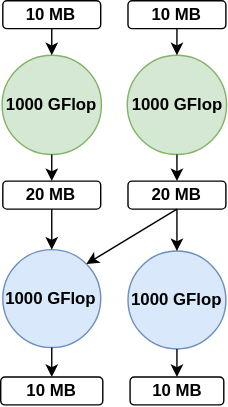
This is web/public/img/workflows/workflow_data_locality_question.svg from wrench-project/eduwrench, a draw.io export, as it was before one commit. Source tidied: cells renumbered, new cells last; positions are measured from the earlier drawing's top-left corner, leaving out a move shared by most shapes. The source it was exported from:
```xml
<mxGraphModel>
  <root>
    <mxCell id="0" />
    <mxCell id="1" parent="0" />
    <mxCell id="2" value="&lt;div&gt;10 MB&lt;/div&gt;" style="rounded=1;whiteSpace=wrap;html=1;fontStyle=1;" parent="1" vertex="1">
      <mxGeometry x="92.5" y="269" width="67" height="20" as="geometry" />
    </mxCell>
    <mxCell id="3" value="&lt;div&gt;&lt;br&gt;&lt;/div&gt;&lt;div&gt;1000 GFlop &lt;br&gt;&lt;/div&gt;&lt;div&gt;&lt;br&gt;&lt;/div&gt;" style="ellipse;whiteSpace=wrap;html=1;fillColor=#dae8fc;strokeColor=#6c8ebf;fontStyle=1;" parent="1" vertex="1">
      <mxGeometry x="91" y="179" width="70" height="70" as="geometry" />
    </mxCell>
    <mxCell id="4" value="&lt;div&gt;&lt;br&gt;&lt;/div&gt;&lt;div&gt;1000 GFlop &lt;br&gt;&lt;/div&gt;&lt;div&gt;&lt;br&gt;&lt;/div&gt;" style="ellipse;whiteSpace=wrap;html=1;fillColor=#d5e8d4;strokeColor=#82b366;fontStyle=1;" parent="1" vertex="1">
      <mxGeometry x="90.5" y="39" width="71" height="71" as="geometry" />
    </mxCell>
    <mxCell id="5" value="&lt;div&gt;20 MB&lt;/div&gt;" style="rounded=1;whiteSpace=wrap;html=1;fontStyle=1;" parent="1" vertex="1">
      <mxGeometry x="91" y="129" width="70" height="20" as="geometry" />
    </mxCell>
    <mxCell id="6" value="&lt;div&gt;&lt;br&gt;&lt;/div&gt;&lt;div&gt;1000 GFlop &lt;br&gt;&lt;/div&gt;&lt;div&gt;&lt;br&gt;&lt;/div&gt;" style="ellipse;whiteSpace=wrap;html=1;fillColor=#d5e8d4;strokeColor=#82b366;fontStyle=1;" parent="1" vertex="1">
      <mxGeometry x="1" y="39" width="71" height="71" as="geometry" />
    </mxCell>
    <mxCell id="7" value="&lt;div&gt;20 MB&lt;/div&gt;" style="rounded=1;whiteSpace=wrap;html=1;fontStyle=1;" parent="1" vertex="1">
      <mxGeometry x="1.5" y="129" width="70" height="20" as="geometry" />
    </mxCell>
    <mxCell id="8" style="endArrow=classic;html=1;exitX=0.5;exitY=1;entryX=0.5;entryY=0;entryDx=0;entryDy=0;" parent="1" edge="1" source="3" target="2">
      <mxGeometry relative="1" as="geometry" />
    </mxCell>
    <mxCell id="9" value="10 MB" style="rounded=1;whiteSpace=wrap;html=1;fontStyle=1;" parent="1" vertex="1">
      <mxGeometry x="91" width="70" height="20" as="geometry" />
    </mxCell>
    <mxCell id="10" style="rounded=0;html=1;jettySize=auto;exitX=0.5;exitY=1;exitDx=0;exitDy=0;entryX=0.5;entryY=0;entryDx=0;entryDy=0;" parent="1" edge="1" source="9" target="4">
      <mxGeometry relative="1" as="geometry" />
    </mxCell>
    <mxCell id="11" value="&lt;div&gt;&lt;b&gt;1000 GFlop&lt;/b&gt;&lt;/div&gt;" style="ellipse;whiteSpace=wrap;html=1;fillColor=#dae8fc;strokeColor=#6c8ebf;" parent="1" vertex="1">
      <mxGeometry x="1.5" y="178" width="70" height="70" as="geometry" />
    </mxCell>
    <mxCell id="12" value="&lt;div&gt;10 MB&lt;/div&gt;" style="rounded=1;whiteSpace=wrap;html=1;fontStyle=1;" parent="1" vertex="1">
      <mxGeometry y="269" width="73" height="20" as="geometry" />
    </mxCell>
    <mxCell id="13" style="rounded=0;html=1;jettySize=auto;exitX=0.5;exitY=1;exitDx=0;exitDy=0;entryX=0.5;entryY=0;entryDx=0;entryDy=0;" parent="1" edge="1" source="11" target="12">
      <mxGeometry relative="1" as="geometry" />
    </mxCell>
    <mxCell id="14" style="rounded=0;html=1;jettySize=auto;exitX=0.5;exitY=1;exitDx=0;exitDy=0;entryX=0.5;entryY=0;entryDx=0;entryDy=0;" parent="1" edge="1" source="19" target="6">
      <mxGeometry relative="1" as="geometry" />
    </mxCell>
    <mxCell id="15" style="rounded=0;html=1;jettySize=auto;exitX=0.5;exitY=1;exitDx=0;exitDy=0;entryX=1;entryY=0;entryDx=0;entryDy=0;" parent="1" edge="1" source="5" target="11">
      <mxGeometry relative="1" as="geometry" />
    </mxCell>
    <mxCell id="16" style="rounded=0;html=1;jettySize=auto;entryX=0.5;entryY=0;entryDx=0;entryDy=0;exitX=0.5;exitY=1;exitDx=0;exitDy=0;" parent="1" edge="1" source="7" target="11">
      <mxGeometry relative="1" as="geometry" />
    </mxCell>
    <mxCell id="17" style="endArrow=classic;html=1;exitX=0.5;exitY=1;entryX=0.5;entryY=0;entryDx=0;entryDy=0;" parent="1" edge="1" source="6" target="7">
      <mxGeometry relative="1" as="geometry" />
    </mxCell>
    <mxCell id="18" style="endArrow=classic;html=1;exitX=0.5;exitY=1;entryX=0.5;entryY=0;entryDx=0;entryDy=0;" parent="1" edge="1" source="4" target="5">
      <mxGeometry relative="1" as="geometry" />
    </mxCell>
    <mxCell id="19" value="10 MB" style="rounded=1;whiteSpace=wrap;html=1;fontStyle=1;" parent="1" vertex="1">
      <mxGeometry x="1.5" width="70" height="20" as="geometry" />
    </mxCell>
    <mxCell id="20" style="rounded=0;html=1;jettySize=auto;exitX=0.5;exitY=1;exitDx=0;exitDy=0;entryX=0.5;entryY=0;entryDx=0;entryDy=0;" parent="1" edge="1" source="5" target="3">
      <mxGeometry relative="1" as="geometry" />
    </mxCell>
  </root>
</mxGraphModel>
```
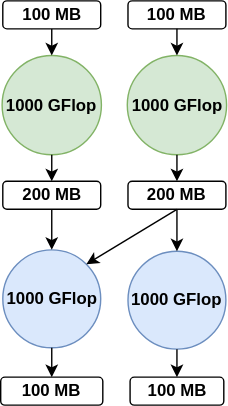
Later version of the same file.

Commit message:
Done with draft of "Data Locality" tab in Workflows

Diff of the diagram source:
```diff
@@ -2,7 +2,7 @@
   <root>
     <mxCell id="0" />
     <mxCell id="1" parent="0" />
-    <mxCell id="2" value="&lt;div&gt;10 MB&lt;/div&gt;" style="rounded=1;whiteSpace=wrap;html=1;fontStyle=1;" parent="1" vertex="1">
+    <mxCell id="2" value="&lt;div&gt;100 MB&lt;/div&gt;" style="rounded=1;whiteSpace=wrap;html=1;fontStyle=1;" parent="1" vertex="1">
       <mxGeometry x="92.5" y="269" width="67" height="20" as="geometry" />
     </mxCell>
     <mxCell id="3" value="&lt;div&gt;&lt;br&gt;&lt;/div&gt;&lt;div&gt;1000 GFlop &lt;br&gt;&lt;/div&gt;&lt;div&gt;&lt;br&gt;&lt;/div&gt;" style="ellipse;whiteSpace=wrap;html=1;fillColor=#dae8fc;strokeColor=#6c8ebf;fontStyle=1;" parent="1" vertex="1">
@@ -11,19 +11,19 @@
     <mxCell id="4" value="&lt;div&gt;&lt;br&gt;&lt;/div&gt;&lt;div&gt;1000 GFlop &lt;br&gt;&lt;/div&gt;&lt;div&gt;&lt;br&gt;&lt;/div&gt;" style="ellipse;whiteSpace=wrap;html=1;fillColor=#d5e8d4;strokeColor=#82b366;fontStyle=1;" parent="1" vertex="1">
       <mxGeometry x="90.5" y="39" width="71" height="71" as="geometry" />
     </mxCell>
-    <mxCell id="5" value="&lt;div&gt;20 MB&lt;/div&gt;" style="rounded=1;whiteSpace=wrap;html=1;fontStyle=1;" parent="1" vertex="1">
+    <mxCell id="5" value="&lt;div&gt;200 MB&lt;/div&gt;" style="rounded=1;whiteSpace=wrap;html=1;fontStyle=1;" parent="1" vertex="1">
       <mxGeometry x="91" y="129" width="70" height="20" as="geometry" />
     </mxCell>
     <mxCell id="6" value="&lt;div&gt;&lt;br&gt;&lt;/div&gt;&lt;div&gt;1000 GFlop &lt;br&gt;&lt;/div&gt;&lt;div&gt;&lt;br&gt;&lt;/div&gt;" style="ellipse;whiteSpace=wrap;html=1;fillColor=#d5e8d4;strokeColor=#82b366;fontStyle=1;" parent="1" vertex="1">
       <mxGeometry x="1" y="39" width="71" height="71" as="geometry" />
     </mxCell>
-    <mxCell id="7" value="&lt;div&gt;20 MB&lt;/div&gt;" style="rounded=1;whiteSpace=wrap;html=1;fontStyle=1;" parent="1" vertex="1">
+    <mxCell id="7" value="&lt;div&gt;200 MB&lt;/div&gt;" style="rounded=1;whiteSpace=wrap;html=1;fontStyle=1;" parent="1" vertex="1">
       <mxGeometry x="1.5" y="129" width="70" height="20" as="geometry" />
     </mxCell>
     <mxCell id="8" style="endArrow=classic;html=1;exitX=0.5;exitY=1;entryX=0.5;entryY=0;entryDx=0;entryDy=0;" parent="1" edge="1" source="3" target="2">
       <mxGeometry relative="1" as="geometry" />
     </mxCell>
-    <mxCell id="9" value="10 MB" style="rounded=1;whiteSpace=wrap;html=1;fontStyle=1;" parent="1" vertex="1">
+    <mxCell id="9" value="100 MB" style="rounded=1;whiteSpace=wrap;html=1;fontStyle=1;" parent="1" vertex="1">
       <mxGeometry x="91" width="70" height="20" as="geometry" />
     </mxCell>
     <mxCell id="10" style="rounded=0;html=1;jettySize=auto;exitX=0.5;exitY=1;exitDx=0;exitDy=0;entryX=0.5;entryY=0;entryDx=0;entryDy=0;" parent="1" edge="1" source="9" target="4">
@@ -32,7 +32,7 @@
     <mxCell id="11" value="&lt;div&gt;&lt;b&gt;1000 GFlop&lt;/b&gt;&lt;/div&gt;" style="ellipse;whiteSpace=wrap;html=1;fillColor=#dae8fc;strokeColor=#6c8ebf;" parent="1" vertex="1">
       <mxGeometry x="1.5" y="178" width="70" height="70" as="geometry" />
     </mxCell>
-    <mxCell id="12" value="&lt;div&gt;10 MB&lt;/div&gt;" style="rounded=1;whiteSpace=wrap;html=1;fontStyle=1;" parent="1" vertex="1">
+    <mxCell id="12" value="&lt;div&gt;100 MB&lt;/div&gt;" style="rounded=1;whiteSpace=wrap;html=1;fontStyle=1;" parent="1" vertex="1">
       <mxGeometry y="269" width="73" height="20" as="geometry" />
     </mxCell>
     <mxCell id="13" style="rounded=0;html=1;jettySize=auto;exitX=0.5;exitY=1;exitDx=0;exitDy=0;entryX=0.5;entryY=0;entryDx=0;entryDy=0;" parent="1" edge="1" source="11" target="12">
@@ -53,7 +53,7 @@
     <mxCell id="18" style="endArrow=classic;html=1;exitX=0.5;exitY=1;entryX=0.5;entryY=0;entryDx=0;entryDy=0;" parent="1" edge="1" source="4" target="5">
       <mxGeometry relative="1" as="geometry" />
     </mxCell>
-    <mxCell id="19" value="10 MB" style="rounded=1;whiteSpace=wrap;html=1;fontStyle=1;" parent="1" vertex="1">
+    <mxCell id="19" value="100 MB" style="rounded=1;whiteSpace=wrap;html=1;fontStyle=1;" parent="1" vertex="1">
       <mxGeometry x="1.5" width="70" height="20" as="geometry" />
     </mxCell>
     <mxCell id="20" style="rounded=0;html=1;jettySize=auto;exitX=0.5;exitY=1;exitDx=0;exitDy=0;entryX=0.5;entryY=0;entryDx=0;entryDy=0;" parent="1" edge="1" source="5" target="3">
```
